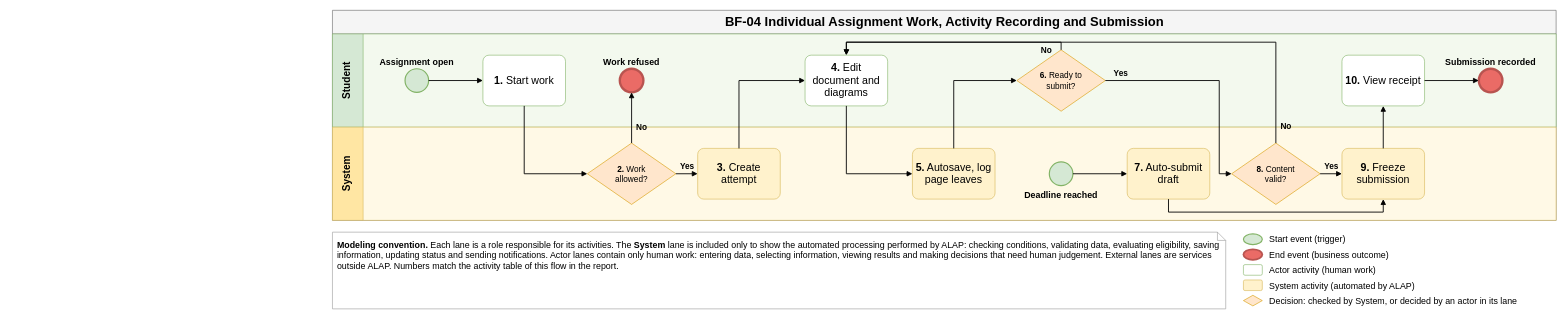
Above: page 4 of 12 of aidlc-docs/inception/main-business-flows/AI-Powered-Learning-Platform-Main-Business-Flows.drawio in hygef-v4/AI-Powered-Learning-Platform (draw.io), before the change. Source tidied: cells renumbered, new cells numbered last; positions are measured from the earlier drawing's top-left corner, leaving out a move shared by most shapes. Both pictures are drawn from the tidied source at 59%, with x=0, y=0 at pixel (332, 10).
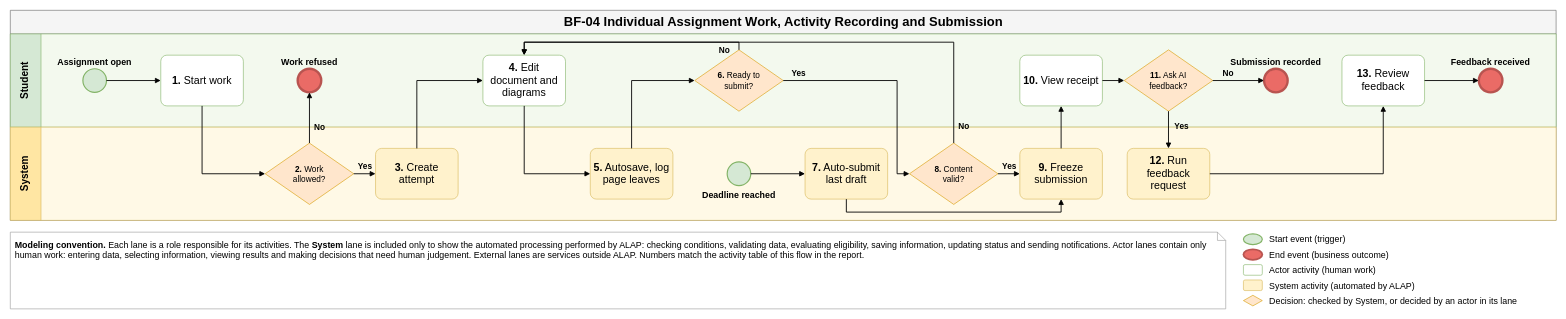
The same diagram, later.

Unchanged cells that the change refers to:
```xml
<mxCell id="6" value="&lt;b&gt;1.&lt;/b&gt; Start work" style="rounded=1;whiteSpace=wrap;html=1;fillColor=#FFFFFF;strokeColor=#82B366;fontSize=18;spacing=4;arcSize=12;" parent="3" vertex="1">
  <mxGeometry x="255" y="36" width="140" height="86" as="geometry" />
</mxCell>
<mxCell id="7" value="&lt;b&gt;2.&lt;/b&gt; Work allowed?" style="rhombus;whiteSpace=wrap;html=1;fillColor=#FFE6CC;strokeColor=#D79B00;fontSize=14;spacing=0;spacingLeft=26;spacingRight=26;" parent="4" vertex="1">
  <mxGeometry x="432" y="27" width="150" height="104" as="geometry" />
</mxCell>
<mxCell id="8" value="&lt;b&gt;3.&lt;/b&gt; Create attempt" style="rounded=1;whiteSpace=wrap;html=1;fillColor=#FFF2CC;strokeColor=#D6B656;fontSize=18;spacing=4;arcSize=12;" parent="4" vertex="1">
  <mxGeometry x="619" y="36" width="140" height="86" as="geometry" />
</mxCell>
<mxCell id="9" value="&lt;b&gt;4.&lt;/b&gt; Edit document and diagrams" style="rounded=1;whiteSpace=wrap;html=1;fillColor=#FFFFFF;strokeColor=#82B366;fontSize=18;spacing=4;arcSize=12;" parent="3" vertex="1">
  <mxGeometry x="801" y="36" width="140" height="86" as="geometry" />
</mxCell>
<mxCell id="10" value="&lt;b&gt;5.&lt;/b&gt; Autosave, log page leaves" style="rounded=1;whiteSpace=wrap;html=1;fillColor=#FFF2CC;strokeColor=#D6B656;fontSize=18;spacing=4;arcSize=12;" parent="4" vertex="1">
  <mxGeometry x="983" y="36" width="140" height="86" as="geometry" />
</mxCell>
<mxCell id="11" value="&lt;b&gt;6.&lt;/b&gt; Ready to submit?" style="rhombus;whiteSpace=wrap;html=1;fillColor=#FFE6CC;strokeColor=#D79B00;fontSize=14;spacing=0;spacingLeft=26;spacingRight=26;" parent="3" vertex="1">
  <mxGeometry x="1160" y="27" width="150" height="104" as="geometry" />
</mxCell>
<mxCell id="12" value="&lt;b&gt;8.&lt;/b&gt; Content valid?" style="rhombus;whiteSpace=wrap;html=1;fillColor=#FFE6CC;strokeColor=#D79B00;fontSize=14;spacing=0;spacingLeft=26;spacingRight=26;" parent="4" vertex="1">
  <mxGeometry x="1524" y="27" width="150" height="104" as="geometry" />
</mxCell>
<mxCell id="13" value="&lt;b&gt;9.&lt;/b&gt; Freeze submission" style="rounded=1;whiteSpace=wrap;html=1;fillColor=#FFF2CC;strokeColor=#D6B656;fontSize=18;spacing=4;arcSize=12;" parent="4" vertex="1">
  <mxGeometry x="1711" y="36" width="140" height="86" as="geometry" />
</mxCell>
<mxCell id="14" value="&lt;b&gt;10.&lt;/b&gt; View receipt" style="rounded=1;whiteSpace=wrap;html=1;fillColor=#FFFFFF;strokeColor=#82B366;fontSize=18;spacing=4;arcSize=12;" parent="3" vertex="1">
  <mxGeometry x="1711" y="36" width="140" height="86" as="geometry" />
</mxCell>
<mxCell id="17" value="Deadline reached" style="ellipse;html=1;fillColor=#D5E8D4;strokeColor=#82B366;strokeWidth=2;fontStyle=1;fontSize=15;whiteSpace=wrap;labelWidth=170;verticalLabelPosition=bottom;verticalAlign=top;labelPosition=center;align=center;" parent="4" vertex="1">
  <mxGeometry x="1215" y="59" width="40" height="40" as="geometry" />
</mxCell>
```

The edit, as a diff of the source:
```diff
@@
     <mxCell id="2" value="BF-04 Individual Assignment Work, Activity Recording and Submission" style="swimlane;horizontal=1;startSize=40;html=1;fontSize=22;fontStyle=1;align=center;verticalAlign=middle;fillColor=#F5F5F5;strokeColor=#666666;" parent="1" vertex="1">
-      <mxGeometry width="2074" height="356" as="geometry" />
+      <mxGeometry x="-546" width="2620" height="356" as="geometry" />
     </mxCell>
     <mxCell id="3" value="Student" style="swimlane;startSize=52;horizontal=0;html=1;whiteSpace=wrap;fillColor=#D5E8D4;swimlaneFillColor=#F3F9EE;strokeColor=#82B366;fontSize=17;fontStyle=1;align=center;verticalAlign=middle;spacing=4;" parent="2" vertex="1">
-      <mxGeometry y="40" width="2074" height="158" as="geometry" />
+      <mxGeometry y="40" width="2620" height="158" as="geometry" />
     </mxCell>
     <mxCell id="4" value="System" style="swimlane;startSize=52;horizontal=0;html=1;whiteSpace=wrap;fillColor=#FFE6A3;swimlaneFillColor=#FFF9E6;strokeColor=#D6B656;fontSize=17;fontStyle=1;align=center;verticalAlign=middle;spacing=4;" parent="2" vertex="1">
-      <mxGeometry y="198" width="2074" height="158" as="geometry" />
+      <mxGeometry y="198" width="2620" height="158" as="geometry" />
     </mxCell>
@@
+    <mxCell id="45" value="&lt;b&gt;7.&lt;/b&gt; Auto-submit last draft" style="rounded=1;whiteSpace=wrap;html=1;fillColor=#FFF2CC;strokeColor=#D6B656;fontSize=18;spacing=4;arcSize=12;" parent="4" vertex="1">
+      <mxGeometry x="1347" y="36" width="140" height="86" as="geometry" />
+    </mxCell>
@@
-    <mxCell id="15" value="Submission recorded" style="ellipse;html=1;fillColor=#EA6B66;strokeColor=#B85450;strokeWidth=4;fontStyle=1;fontSize=15;whiteSpace=wrap;labelWidth=170;verticalLabelPosition=top;verticalAlign=bottom;labelPosition=center;align=center;" parent="3" vertex="1">
-      <mxGeometry x="1943" y="59" width="40" height="40" as="geometry" />
-    </mxCell>
+    <mxCell id="46" value="&lt;b&gt;11.&lt;/b&gt; Ask AI feedback?" style="rhombus;whiteSpace=wrap;html=1;fillColor=#FFE6CC;strokeColor=#D79B00;fontSize=14;spacing=0;spacingLeft=26;spacingRight=26;" parent="3" vertex="1">
+      <mxGeometry x="1888" y="27" width="150" height="104" as="geometry" />
+    </mxCell>
+    <mxCell id="47" value="&lt;b&gt;12.&lt;/b&gt; Run feedback request" style="rounded=1;whiteSpace=wrap;html=1;fillColor=#FFF2CC;strokeColor=#D6B656;fontSize=18;spacing=4;arcSize=12;" parent="4" vertex="1">
+      <mxGeometry x="1893" y="36" width="140" height="86" as="geometry" />
+    </mxCell>
+    <mxCell id="48" value="&lt;b&gt;13.&lt;/b&gt; Review feedback" style="rounded=1;whiteSpace=wrap;html=1;fillColor=#FFFFFF;strokeColor=#82B366;fontSize=18;spacing=4;arcSize=12;" parent="3" vertex="1">
+      <mxGeometry x="2257" y="36" width="140" height="86" as="geometry" />
+    </mxCell>
@@
-    <mxCell id="18" value="&lt;b&gt;7.&lt;/b&gt; Auto-submit draft" style="rounded=1;whiteSpace=wrap;html=1;fillColor=#FFF2CC;strokeColor=#D6B656;fontSize=18;spacing=4;arcSize=12;" parent="4" vertex="1">
-      <mxGeometry x="1347" y="36" width="140" height="86" as="geometry" />
-    </mxCell>
+    <mxCell id="15" value="Submission recorded" style="ellipse;html=1;fillColor=#EA6B66;strokeColor=#B85450;strokeWidth=4;fontStyle=1;fontSize=15;whiteSpace=wrap;labelWidth=170;verticalLabelPosition=top;verticalAlign=bottom;labelPosition=center;align=center;" parent="3" vertex="1">
+      <mxGeometry x="2125" y="59" width="40" height="40" as="geometry" />
+    </mxCell>
+    <mxCell id="49" value="Feedback received" style="ellipse;html=1;fillColor=#EA6B66;strokeColor=#B85450;strokeWidth=4;fontStyle=1;fontSize=15;whiteSpace=wrap;labelWidth=170;verticalLabelPosition=top;verticalAlign=bottom;labelPosition=center;align=center;" parent="3" vertex="1">
+      <mxGeometry x="2489" y="59" width="40" height="40" as="geometry" />
+    </mxCell>
@@
     <mxCell id="20" style="edgeStyle=none;rounded=0;html=1;endArrow=block;endFill=1;strokeWidth=1.5;labelBackgroundColor=none;fontSize=14;fontStyle=1;align=center;exitX=0.5;exitY=1;exitDx=0;exitDy=0;entryX=0;entryY=0.5;entryDx=0;entryDy=0;" parent="1" edge="1" source="6" target="7">
       <mxGeometry relative="1" as="geometry">
         <Array as="points">
-          <mxPoint x="325" y="277" />
+          <mxPoint x="-221" y="277" />
         </Array>
       </mxGeometry>
     </mxCell>
@@
     <mxCell id="23" style="edgeStyle=none;rounded=0;html=1;endArrow=block;endFill=1;strokeWidth=1.5;labelBackgroundColor=none;fontSize=14;fontStyle=1;align=center;exitX=0.5;exitY=0;exitDx=0;exitDy=0;entryX=0;entryY=0.5;entryDx=0;entryDy=0;" parent="1" edge="1" source="8" target="9">
       <mxGeometry relative="1" as="geometry">
         <Array as="points">
-          <mxPoint x="689" y="119" />
+          <mxPoint x="143" y="119" />
         </Array>
       </mxGeometry>
     </mxCell>
     <mxCell id="24" style="edgeStyle=none;rounded=0;html=1;endArrow=block;endFill=1;strokeWidth=1.5;labelBackgroundColor=none;fontSize=14;fontStyle=1;align=center;exitX=0.5;exitY=1;exitDx=0;exitDy=0;entryX=0;entryY=0.5;entryDx=0;entryDy=0;" parent="1" edge="1" source="9" target="10">
       <mxGeometry relative="1" as="geometry">
         <Array as="points">
-          <mxPoint x="871" y="277" />
+          <mxPoint x="325" y="277" />
         </Array>
       </mxGeometry>
     </mxCell>
     <mxCell id="25" style="edgeStyle=none;rounded=0;html=1;endArrow=block;endFill=1;strokeWidth=1.5;labelBackgroundColor=none;fontSize=14;fontStyle=1;align=center;exitX=0.5;exitY=0;exitDx=0;exitDy=0;entryX=0;entryY=0.5;entryDx=0;entryDy=0;" parent="1" edge="1" source="10" target="11">
       <mxGeometry relative="1" as="geometry">
         <Array as="points">
-          <mxPoint x="1053" y="119" />
+          <mxPoint x="507" y="119" />
         </Array>
       </mxGeometry>
     </mxCell>
     <mxCell id="26" value="No" style="edgeStyle=none;rounded=0;html=1;endArrow=block;endFill=1;strokeWidth=1.5;labelBackgroundColor=none;fontSize=14;fontStyle=1;align=center;exitX=0.5;exitY=0;exitDx=0;exitDy=0;entryX=0.5;entryY=0;entryDx=0;entryDy=0;" parent="1" edge="1" source="11" target="9">
       <mxGeometry x="-0.81" relative="1" as="geometry">
         <Array as="points">
-          <mxPoint x="1235" y="54" />
-          <mxPoint x="871" y="54" />
+          <mxPoint x="689" y="54" />
+          <mxPoint x="325" y="54" />
         </Array>
         <mxPoint y="13" as="offset" />
       </mxGeometry>
     </mxCell>
     <mxCell id="27" value="Yes" style="edgeStyle=none;rounded=0;html=1;endArrow=block;endFill=1;strokeWidth=1.5;labelBackgroundColor=none;fontSize=14;fontStyle=1;align=center;exitX=1;exitY=0.5;exitDx=0;exitDy=0;entryX=0;entryY=0.5;entryDx=0;entryDy=0;" parent="1" edge="1" source="11" target="12">
       <mxGeometry x="-0.86" relative="1" as="geometry">
         <Array as="points">
-          <mxPoint x="1503" y="119" />
-          <mxPoint x="1503" y="277" />
+          <mxPoint x="957" y="119" />
+          <mxPoint x="957" y="277" />
         </Array>
         <mxPoint y="-13" as="offset" />
       </mxGeometry>
     </mxCell>
     <mxCell id="28" value="No" style="edgeStyle=none;rounded=0;html=1;endArrow=block;endFill=1;strokeWidth=1.5;labelBackgroundColor=none;fontSize=14;fontStyle=1;align=center;exitX=0.5;exitY=0;exitDx=0;exitDy=0;entryX=0.5;entryY=0;entryDx=0;entryDy=0;" parent="1" edge="1" source="12" target="9">
       <mxGeometry x="-0.94" relative="1" as="geometry">
         <Array as="points">
-          <mxPoint x="1599" y="54" />
-          <mxPoint x="871" y="54" />
+          <mxPoint x="1053" y="54" />
+          <mxPoint x="325" y="54" />
         </Array>
         <mxPoint x="17" as="offset" />
       </mxGeometry>
     </mxCell>
@@
-    <mxCell id="30" style="edgeStyle=none;rounded=0;html=1;endArrow=block;endFill=1;strokeWidth=1.5;labelBackgroundColor=none;fontSize=14;fontStyle=1;align=center;exitX=0.5;exitY=0;exitDx=0;exitDy=0;entryX=0.5;entryY=1;entryDx=0;entryDy=0;" parent="1" edge="1" source="13" target="14">
+    <mxCell id="30" style="edgeStyle=none;rounded=0;html=1;endArrow=block;endFill=1;strokeWidth=1.5;labelBackgroundColor=none;fontSize=14;fontStyle=1;align=center;exitX=1;exitY=0.5;exitDx=0;exitDy=0;entryX=0;entryY=0.5;entryDx=0;entryDy=0;" parent="1" edge="1" source="17" target="45">
       <mxGeometry relative="1" as="geometry" />
     </mxCell>
-    <mxCell id="31" style="edgeStyle=none;rounded=0;html=1;endArrow=block;endFill=1;strokeWidth=1.5;labelBackgroundColor=none;fontSize=14;fontStyle=1;align=center;exitX=1;exitY=0.5;exitDx=0;exitDy=0;entryX=0;entryY=0.5;entryDx=0;entryDy=0;" parent="1" edge="1" source="14" target="15">
-      <mxGeometry relative="1" as="geometry" />
+    <mxCell id="31" style="edgeStyle=none;rounded=0;html=1;endArrow=block;endFill=1;strokeWidth=1.5;labelBackgroundColor=none;fontSize=14;fontStyle=1;align=center;exitX=0.5;exitY=1;exitDx=0;exitDy=0;entryX=0.5;entryY=1;entryDx=0;entryDy=0;" parent="1" edge="1" source="45" target="13">
+      <mxGeometry relative="1" as="geometry">
+        <Array as="points">
+          <mxPoint x="871" y="342" />
+          <mxPoint x="1235" y="342" />
+        </Array>
+      </mxGeometry>
     </mxCell>
-    <mxCell id="32" style="edgeStyle=none;rounded=0;html=1;endArrow=block;endFill=1;strokeWidth=1.5;labelBackgroundColor=none;fontSize=14;fontStyle=1;align=center;exitX=1;exitY=0.5;exitDx=0;exitDy=0;entryX=0;entryY=0.5;entryDx=0;entryDy=0;" parent="1" edge="1" source="17" target="18">
+    <mxCell id="32" style="edgeStyle=none;rounded=0;html=1;endArrow=block;endFill=1;strokeWidth=1.5;labelBackgroundColor=none;fontSize=14;fontStyle=1;align=center;exitX=0.5;exitY=0;exitDx=0;exitDy=0;entryX=0.5;entryY=1;entryDx=0;entryDy=0;" parent="1" edge="1" source="13" target="14">
       <mxGeometry relative="1" as="geometry" />
     </mxCell>
-    <mxCell id="33" style="edgeStyle=none;rounded=0;html=1;endArrow=block;endFill=1;strokeWidth=1.5;labelBackgroundColor=none;fontSize=14;fontStyle=1;align=center;exitX=0.5;exitY=1;exitDx=0;exitDy=0;entryX=0.5;entryY=1;entryDx=0;entryDy=0;" parent="1" edge="1" source="18" target="13">
-      <mxGeometry relative="1" as="geometry">
-        <Array as="points">
-          <mxPoint x="1417" y="342" />
-          <mxPoint x="1781" y="342" />
-        </Array>
-      </mxGeometry>
+    <mxCell id="33" style="edgeStyle=none;rounded=0;html=1;endArrow=block;endFill=1;strokeWidth=1.5;labelBackgroundColor=none;fontSize=14;fontStyle=1;align=center;exitX=1;exitY=0.5;exitDx=0;exitDy=0;entryX=0;entryY=0.5;entryDx=0;entryDy=0;" parent="1" edge="1" source="14" target="46">
+      <mxGeometry relative="1" as="geometry" />
     </mxCell>
+    <mxCell id="50" value="No" style="edgeStyle=none;rounded=0;html=1;endArrow=block;endFill=1;strokeWidth=1.5;labelBackgroundColor=none;fontSize=14;fontStyle=1;align=center;exitX=1;exitY=0.5;exitDx=0;exitDy=0;entryX=0;entryY=0.5;entryDx=0;entryDy=0;" parent="1" edge="1" source="46" target="15">
+      <mxGeometry x="-0.4" relative="1" as="geometry">
+        <mxPoint y="-13" as="offset" />
+      </mxGeometry>
+    </mxCell>
+    <mxCell id="51" value="Yes" style="edgeStyle=none;rounded=0;html=1;endArrow=block;endFill=1;strokeWidth=1.5;labelBackgroundColor=none;fontSize=14;fontStyle=1;align=center;exitX=0.5;exitY=1;exitDx=0;exitDy=0;entryX=0.5;entryY=0;entryDx=0;entryDy=0;" parent="1" edge="1" source="46" target="47">
+      <mxGeometry x="-0.17" relative="1" as="geometry">
+        <mxPoint x="21.5" as="offset" />
+      </mxGeometry>
+    </mxCell>
+    <mxCell id="52" style="edgeStyle=none;rounded=0;html=1;endArrow=block;endFill=1;strokeWidth=1.5;labelBackgroundColor=none;fontSize=14;fontStyle=1;align=center;exitX=1;exitY=0.5;exitDx=0;exitDy=0;entryX=0.5;entryY=1;entryDx=0;entryDy=0;" parent="1" edge="1" source="47" target="48">
+      <mxGeometry relative="1" as="geometry">
+        <Array as="points">
+          <mxPoint x="1781" y="277" />
+        </Array>
+      </mxGeometry>
+    </mxCell>
+    <mxCell id="53" style="edgeStyle=none;rounded=0;html=1;endArrow=block;endFill=1;strokeWidth=1.5;labelBackgroundColor=none;fontSize=14;fontStyle=1;align=center;exitX=1;exitY=0.5;exitDx=0;exitDy=0;entryX=0;entryY=0.5;entryDx=0;entryDy=0;" parent="1" edge="1" source="48" target="49">
+      <mxGeometry relative="1" as="geometry" />
+    </mxCell>
     <mxCell id="34" value="&lt;b&gt;Modeling convention.&lt;/b&gt; Each lane is a role responsible for its activities. The &lt;b&gt;System&lt;/b&gt; lane is included only to show the automated processing performed by ALAP: checking conditions, validating data, evaluating eligibility, saving information, updating status and sending notifications. Actor lanes contain only human work: entering data, selecting information, viewing results and making decisions that need human judgement. External lanes are services outside ALAP. Numbers match the activity table of this flow in the report." style="shape=note;whiteSpace=wrap;html=1;size=14;fillColor=#FFFFFF;strokeColor=#999999;fontSize=15;align=left;verticalAlign=top;spacing=8;" parent="1" vertex="1">
-      <mxGeometry y="376" width="1514" height="130" as="geometry" />
+      <mxGeometry x="-546" y="376" width="2060" height="130" as="geometry" />
     </mxCell>
```
